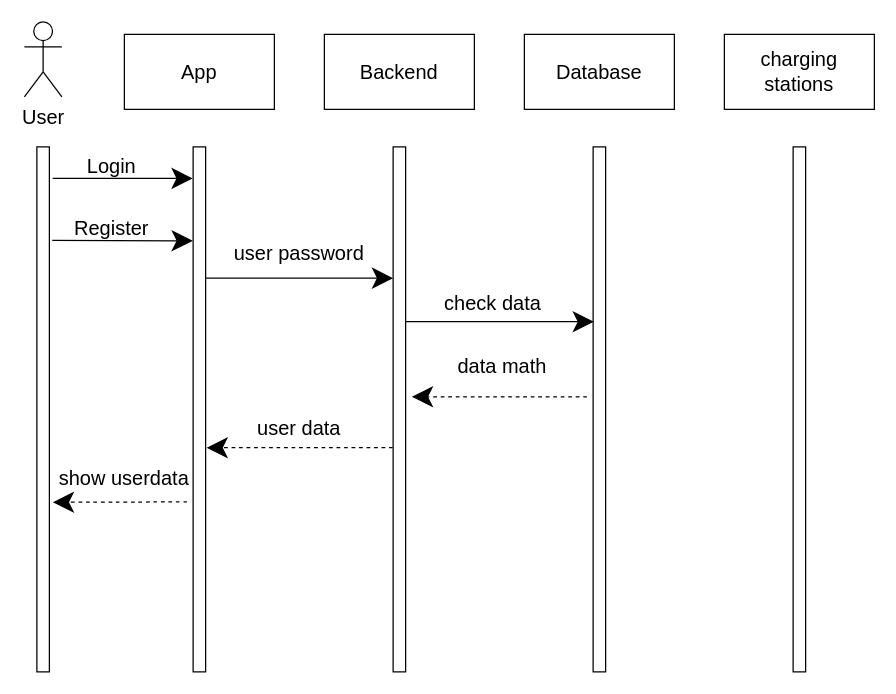
Before: page "user login" (2 of 7) of SequenceDiagram/sequence diagramV1.drawio in rapeeza1598/StudyProject-EV_app, a draw.io diagram. Source tidied: cells renumbered, new cells numbered last; positions are measured from the earlier drawing's top-left corner, leaving out a move shared by most shapes. Both pictures are drawn from the tidied source at 125%, with x=0, y=0 at pixel (24, 21).
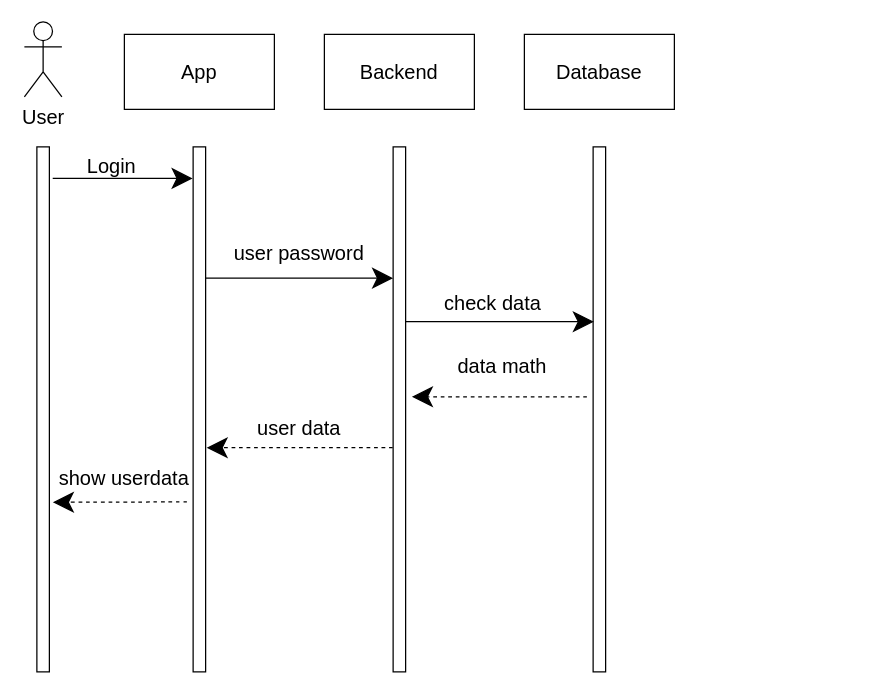
The same diagram, later.

The change refers to these unchanged cells:
```xml
<mxCell id="4" style="rounded=0;whiteSpace=wrap;html=1;fontSize=16;" parent="1" vertex="1">
  <mxGeometry x="10" y="100" width="10" height="420" as="geometry" />
</mxCell>
<mxCell id="10" style="rounded=0;whiteSpace=wrap;html=1;fontSize=16;" parent="1" vertex="1">
  <mxGeometry x="135" y="100" width="10" height="420" as="geometry" />
</mxCell>
```

What changed in the source:
```diff
@@
-    <mxCell id="8" value="charging stations" style="rounded=0;whiteSpace=wrap;html=1;fontSize=16;" parent="1" vertex="1">
-      <mxGeometry x="560" y="10" width="120" height="60" as="geometry" />
-    </mxCell>
@@
-    <mxCell id="13" style="rounded=0;whiteSpace=wrap;html=1;fontSize=16;" parent="1" vertex="1">
-      <mxGeometry x="615" y="100" width="10" height="420" as="geometry" />
-    </mxCell>
@@
-    <mxCell id="15" style="endArrow=classic;html=1;rounded=0;fontSize=12;startSize=14;endSize=14;sourcePerimeterSpacing=8;targetPerimeterSpacing=8;curved=1;exitX=1.229;exitY=0.178;exitDx=0;exitDy=0;entryX=-0.027;entryY=0.179;entryDx=0;entryDy=0;entryPerimeter=0;exitPerimeter=0;" parent="1" edge="1" source="4" target="10">
-      <mxGeometry relative="1" as="geometry" />
-    </mxCell>
-    <mxCell id="16" value="Register" style="text;html=1;strokeColor=none;fillColor=none;align=center;verticalAlign=middle;whiteSpace=wrap;rounded=0;fontSize=16;" parent="1" vertex="1">
-      <mxGeometry x="40" y="150" width="60" height="30" as="geometry" />
-    </mxCell>
```
